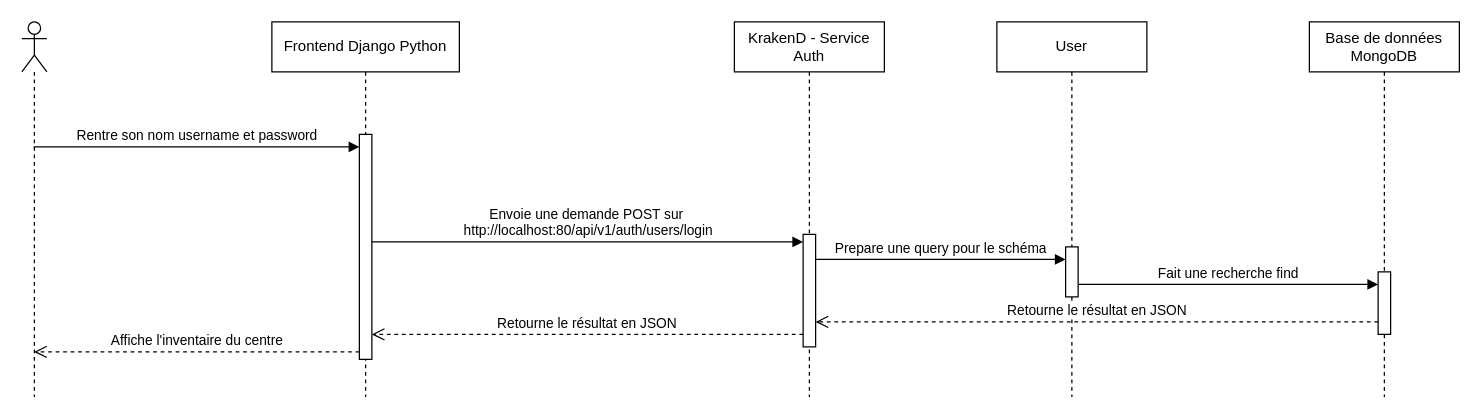
Before: docs/UML/Vues_de_processus/diag_login.drawio in PraMaks/LOG430_Labo_0, a draw.io diagram. Source tidied: cells renumbered, new cells numbered last; positions are measured from the earlier drawing's top-left corner, leaving out a move shared by most shapes. Both pictures are drawn from the tidied source at 125%, with x=0, y=0 at pixel (21, 21).
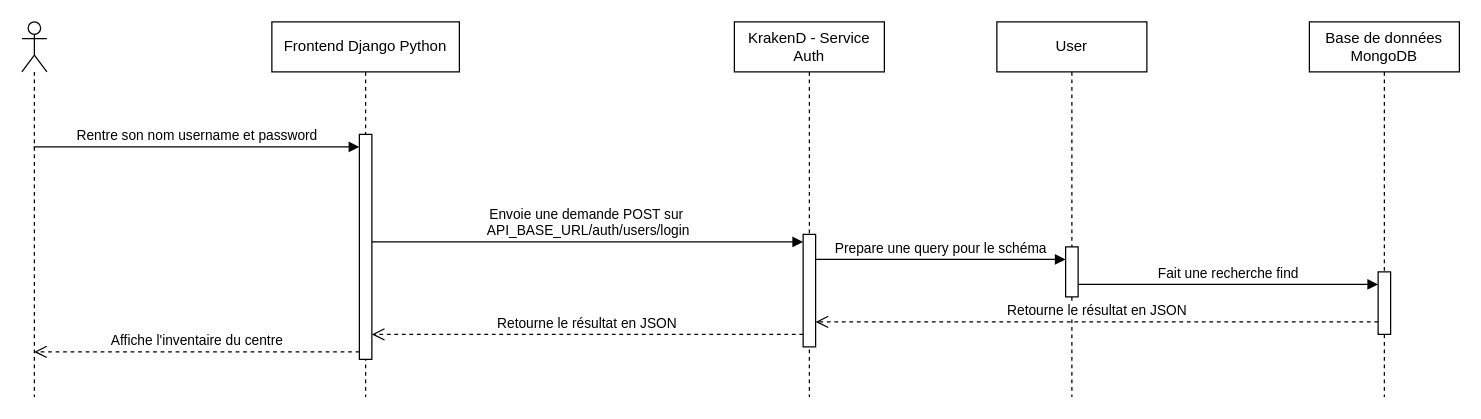
After the change.

Unchanged cells that the change refers to:
```xml
<mxCell id="3" style="html=1;points=[];perimeter=orthogonalPerimeter;outlineConnect=0;targetShapes=umlLifeline;portConstraint=eastwest;newEdgeStyle={&quot;edgeStyle&quot;:&quot;elbowEdgeStyle&quot;,&quot;elbow&quot;:&quot;vertical&quot;,&quot;curved&quot;:0,&quot;rounded&quot;:0};" parent="2" vertex="1">
  <mxGeometry x="70" y="90" width="10" height="180" as="geometry" />
</mxCell>
```

Diff of the diagram source:
```diff
@@
-    <mxCell id="12" value="Envoie une demande POST sur&amp;nbsp;&lt;div&gt;http://localhost:80/api/v1/auth/users/login&lt;/div&gt;" style="html=1;verticalAlign=bottom;endArrow=block;edgeStyle=elbowEdgeStyle;elbow=vertical;curved=0;rounded=0;" parent="1" edge="1" source="3">
+    <mxCell id="12" value="Envoie une demande POST sur&amp;nbsp;&lt;div&gt;API_BASE_URL/auth/users/login&lt;/div&gt;" style="html=1;verticalAlign=bottom;endArrow=block;edgeStyle=elbowEdgeStyle;elbow=vertical;curved=0;rounded=0;" parent="1" edge="1" source="3">
       <mxGeometry relative="1" as="geometry">
         <mxPoint x="625" y="176" as="targetPoint" />
         <Array as="points">
           <mxPoint x="385.5" y="176" />
         </Array>
       </mxGeometry>
     </mxCell>
```
